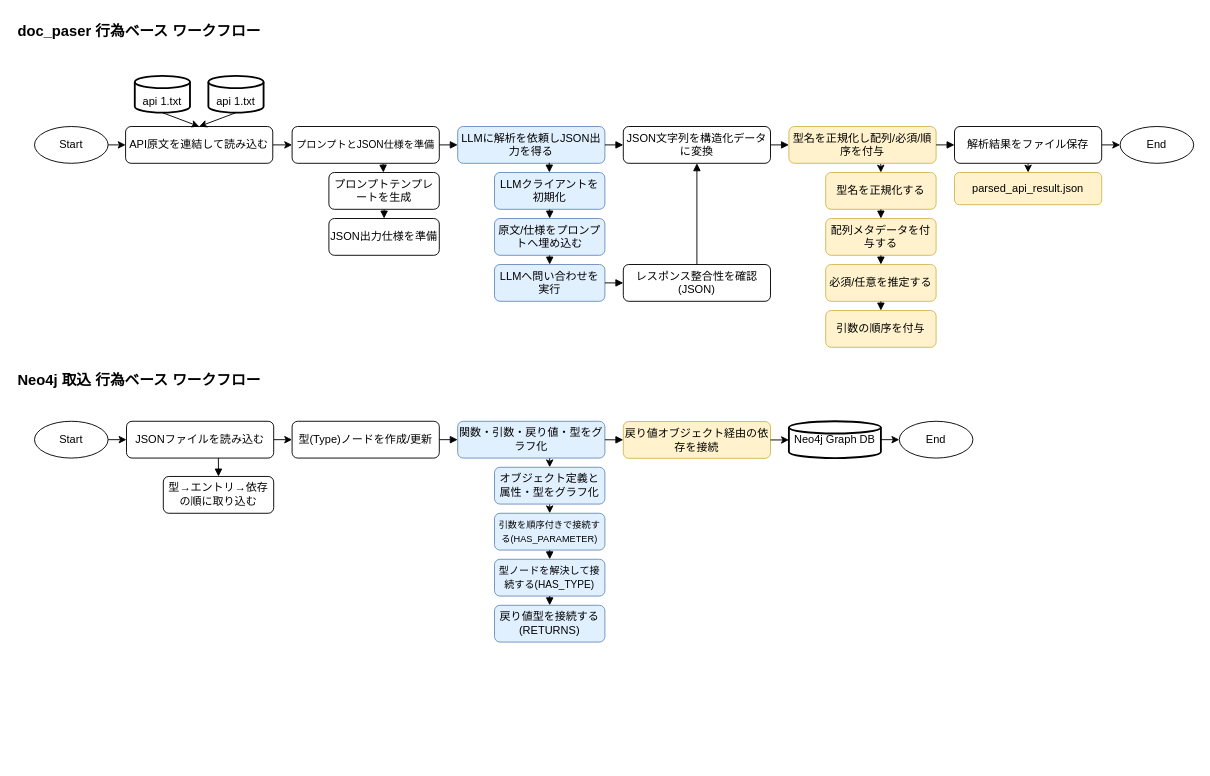
This is page "doc_paser_functions" (1 of 3) of doc/doc_paser.drawio from h035ide/imabari3dcad, a draw.io file, before an edit. Source tidied: cells renumbered, new cells numbered last; positions are measured from the earlier drawing's top-left corner, leaving out a move shared by most shapes. Both pictures are drawn from the tidied source at 92%, with x=0, y=0 at pixel (16, 16).
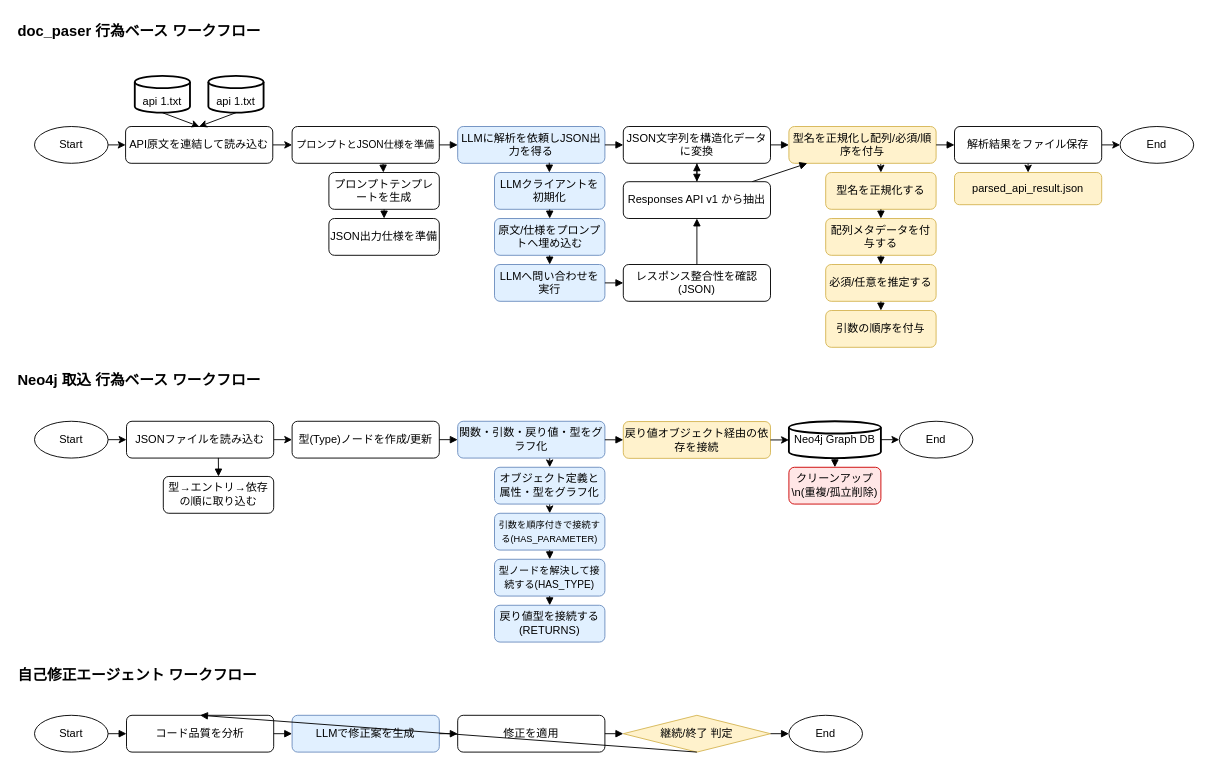
After the change.

Unchanged cells that the change refers to:
```xml
<mxCell id="9" value="JSON文字列を構造化データに変換" style="rounded=1;whiteSpace=wrap;html=1;fillColor=#ffffff;strokeColor=#000000;" parent="1" vertex="1">
  <mxGeometry x="660" y="120" width="160" height="40" as="geometry" />
</mxCell>
<mxCell id="10" value="型名を正規化し配列/必須/順序を付与" style="rounded=1;whiteSpace=wrap;html=1;fillColor=#fff2cc;strokeColor=#d6b656;" parent="1" vertex="1">
  <mxGeometry x="840" y="120" width="160" height="40" as="geometry" />
</mxCell>
<mxCell id="44" value="レスポンス整合性を確認(JSON)" style="rounded=1;whiteSpace=wrap;html=1;fillColor=#ffffff;strokeColor=#000000;" parent="1" vertex="1">
  <mxGeometry x="660" y="270" width="160" height="40" as="geometry" />
</mxCell>
<mxCell id="70" value="Neo4j Graph DB" style="strokeWidth=2;html=1;shape=mxgraph.flowchart.database;whiteSpace=wrap;" parent="1" vertex="1">
  <mxGeometry x="840" y="440.4" width="100" height="40" as="geometry" />
</mxCell>
```

Change to the diagram source:
```diff
@@
-    <mxCell id="46" style="endArrow=block;html=1;" parent="1" edge="1" source="44" target="9">
+    <mxCell id="46" style="endArrow=block;html=1;" parent="1" edge="1" source="91" target="9">
       <mxGeometry relative="1" as="geometry" />
     </mxCell>
@@
+    <mxCell id="73" style="endArrow=block;html=1;" parent="1" edge="1" source="9" target="91">
+      <mxGeometry relative="1" as="geometry" />
+    </mxCell>
+    <mxCell id="74" style="endArrow=block;html=1;" parent="1" edge="1" source="91" target="10">
+      <mxGeometry relative="1" as="geometry" />
+    </mxCell>
+    <mxCell id="75" value="クリーンアップ\n(重複/孤立削除)" style="rounded=1;whiteSpace=wrap;html=1;fillColor=#ffe6e6;strokeColor=#cc0000;" parent="1" vertex="1">
+      <mxGeometry x="840" y="490.4" width="100" height="40" as="geometry" />
+    </mxCell>
+    <mxCell id="76" style="endArrow=block;html=1;" parent="1" edge="1" source="70" target="75">
+      <mxGeometry relative="1" as="geometry" />
+    </mxCell>
+    <mxCell id="77" value="自己修正エージェント ワークフロー" style="text;strokeColor=none;fillColor=none;align=left;verticalAlign=top;fontStyle=1;fontSize=16;" parent="1" vertex="1">
+      <mxGeometry y="700" width="360" height="30" as="geometry" />
+    </mxCell>
+    <mxCell id="78" value="Start" style="ellipse;whiteSpace=wrap;html=1;fillColor=#ffffff;strokeColor=#000000;" parent="1" vertex="1">
+      <mxGeometry x="20" y="760" width="80" height="40" as="geometry" />
+    </mxCell>
+    <mxCell id="79" value="コード品質を分析" style="rounded=1;whiteSpace=wrap;html=1;fillColor=#ffffff;strokeColor=#000000;" parent="1" vertex="1">
+      <mxGeometry x="120" y="760" width="160" height="40" as="geometry" />
+    </mxCell>
+    <mxCell id="80" value="LLMで修正案を生成" style="rounded=1;whiteSpace=wrap;html=1;fillColor=#e1f0ff;strokeColor=#6c8ebf;" parent="1" vertex="1">
+      <mxGeometry x="300" y="760" width="160" height="40" as="geometry" />
+    </mxCell>
+    <mxCell id="81" value="修正を適用" style="rounded=1;whiteSpace=wrap;html=1;fillColor=#ffffff;strokeColor=#000000;" parent="1" vertex="1">
+      <mxGeometry x="480" y="760" width="160" height="40" as="geometry" />
+    </mxCell>
+    <mxCell id="82" value="継続/終了 判定" style="rhombus;whiteSpace=wrap;html=1;fillColor=#fff2cc;strokeColor=#d6b656;" parent="1" vertex="1">
+      <mxGeometry x="660" y="760" width="160" height="40" as="geometry" />
+    </mxCell>
+    <mxCell id="83" value="End" style="ellipse;whiteSpace=wrap;html=1;fillColor=#ffffff;strokeColor=#000000;" parent="1" vertex="1">
+      <mxGeometry x="840" y="760" width="80" height="40" as="geometry" />
+    </mxCell>
+    <mxCell id="84" style="endArrow=block;html=1;" parent="1" edge="1" source="78" target="79">
+      <mxGeometry relative="1" as="geometry" />
+    </mxCell>
+    <mxCell id="85" style="endArrow=block;html=1;" parent="1" edge="1" source="79" target="80">
+      <mxGeometry relative="1" as="geometry" />
+    </mxCell>
+    <mxCell id="86" style="endArrow=block;html=1;" parent="1" edge="1" source="80" target="81">
+      <mxGeometry relative="1" as="geometry" />
+    </mxCell>
+    <mxCell id="87" style="endArrow=block;html=1;" parent="1" edge="1" source="81" target="82">
+      <mxGeometry relative="1" as="geometry" />
+    </mxCell>
+    <mxCell id="88" style="endArrow=block;html=1;" parent="1" edge="1" source="82" target="83">
+      <mxGeometry relative="1" as="geometry" />
+    </mxCell>
+    <mxCell id="89" style="endArrow=block;html=1;exitX=0.5;exitY=1;exitDx=0;exitDy=0;exitPerimeter=0;entryX=0.5;entryY=0;entryDx=0;entryDy=0;" parent="1" edge="1" source="82" target="79">
+      <mxGeometry relative="1" as="geometry" />
+    </mxCell>
+    <mxCell id="90" style="endArrow=block;html=1;" parent="1" edge="1" source="44" target="91">
+      <mxGeometry relative="1" as="geometry" />
+    </mxCell>
+    <mxCell id="91" value="Responses API v1 から抽出" style="rounded=1;whiteSpace=wrap;html=1;fillColor=#ffffff;strokeColor=#000000;" parent="1" vertex="1">
+      <mxGeometry x="660" y="180" width="160" height="40" as="geometry" />
+    </mxCell>
```
